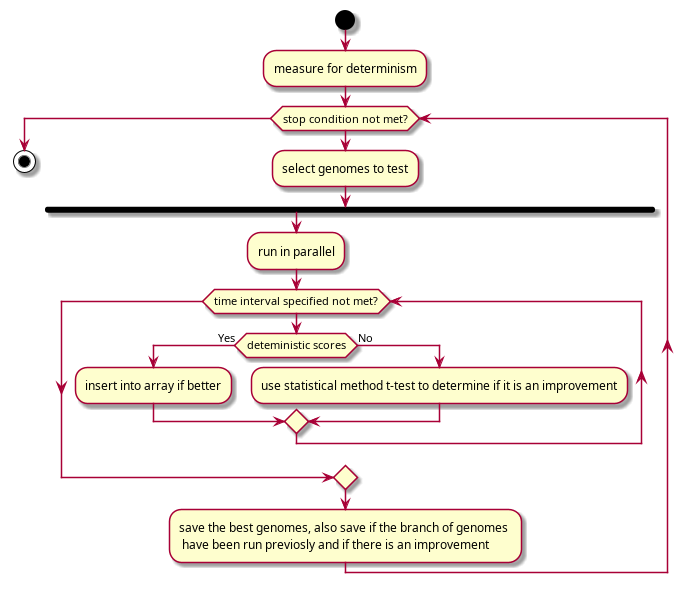
The PlantUML diagram algorithmic-flowchart.png in kribo852/rusty-darwinian-divingbell, before a commit. Its source is kept beside it as algorithmic-flowchart.puml.
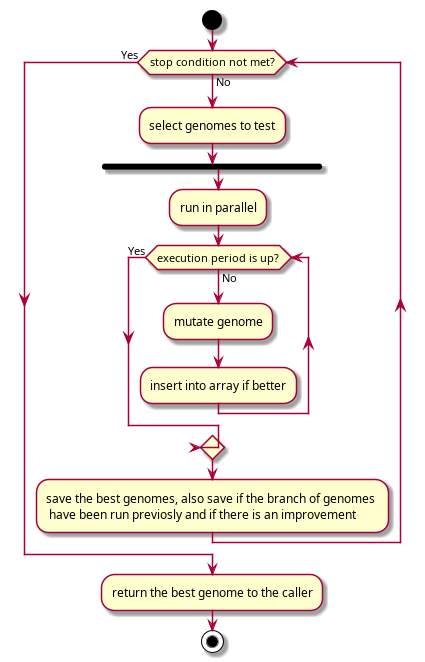
After the change.

Commit message:
Updated uml-diagram

Updated uml-diagram, formated code with cargo fmt.

The edit, as a diff of the source:
```diff
@@ -1,27 +1,23 @@
 @startuml
 start
 
-:measure for determinism;
-
-while (stop condition not met?)
+while (stop condition not met?) is (No)
 
   :select genomes to test;
 
   fork
   :run in parallel;
-  while (time interval specified not met?)
+  while (execution period is up?) is (No)
+    :mutate genome;
+    :insert into array if better;
 
-  if (deteministic scores) then (Yes)
-    :insert into array if better;
-  else (No)
-    :use statistical method t-test to determine if it is an improvement;
-  endif
-
-  endwhile
+  endwhile (Yes)
   end merge
   :save the best genomes, also save if the branch of genomes \n have been run previosly and if there is an improvement;
 
-endwhile
+endwhile (Yes)
+
+:return the best genome to the caller;
 
 stop
 @enduml
```
